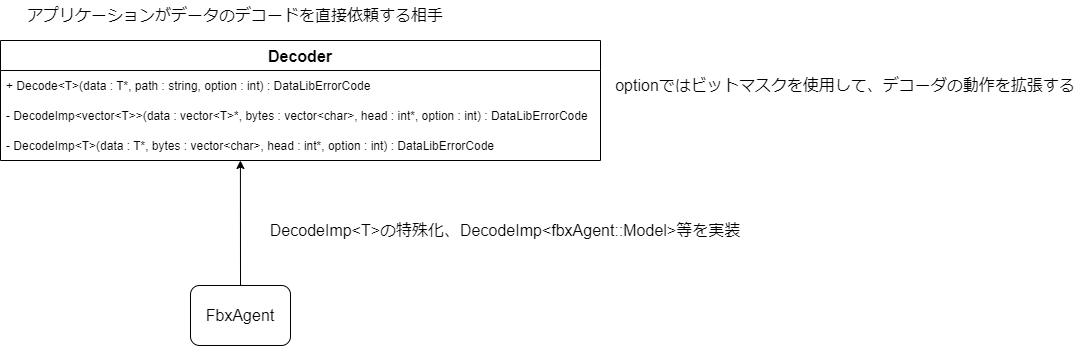
Dumble009/DataLib keeps this draw.io diagram as design/DataLib_DecoderClassDiagram.png. Above is the earlier version. Source tidied: cells renumbered, new cells last; positions are measured from the earlier drawing's top-left corner, leaving out a move shared by most shapes. The source it was exported from:
```xml
<mxGraphModel>
  <root>
    <mxCell id="0" />
    <mxCell id="1" parent="0" />
    <mxCell id="2" value="Decoder" style="swimlane;fontStyle=1;horizontal=1;startSize=30;fontSize=16;" parent="1" vertex="1">
      <mxGeometry y="40" width="600" height="120" as="geometry" />
    </mxCell>
    <mxCell id="3" value="+ Decode&lt;T&gt;(data : T*, path : string, option : int) : DataLibErrorCode" style="text;strokeColor=none;fillColor=none;align=left;verticalAlign=middle;spacingLeft=4;spacingRight=4;overflow=hidden;fontStyle=0;" parent="2" vertex="1">
      <mxGeometry y="30" width="600" height="30" as="geometry" />
    </mxCell>
    <mxCell id="4" value="- DecodeImp&lt;vector&lt;T&gt;&gt;(data : vector&lt;T&gt;*, bytes : vector&lt;char&gt;, head : int*, option : int) : DataLibErrorCode" style="text;strokeColor=none;fillColor=none;align=left;verticalAlign=middle;spacingLeft=4;spacingRight=4;overflow=hidden;fontStyle=0;" parent="2" vertex="1">
      <mxGeometry y="60" width="600" height="30" as="geometry" />
    </mxCell>
    <mxCell id="5" value="- DecodeImp&lt;T&gt;(data : T*, bytes : vector&lt;char&gt;, head : int*, option : int) : DataLibErrorCode" style="text;strokeColor=none;fillColor=none;align=left;verticalAlign=middle;spacingLeft=4;spacingRight=4;overflow=hidden;fontStyle=0;" parent="2" vertex="1">
      <mxGeometry y="90" width="600" height="30" as="geometry" />
    </mxCell>
    <mxCell id="6" value="アプリケーションがデータのデコードを直接依頼する相手" style="text;html=1;strokeColor=none;fillColor=none;align=center;verticalAlign=middle;whiteSpace=wrap;rounded=0;fontSize=16;" parent="1" vertex="1">
      <mxGeometry x="15" width="440" height="30" as="geometry" />
    </mxCell>
    <mxCell id="7" value="FbxAgent" style="rounded=1;whiteSpace=wrap;html=1;fontSize=16;fillColor=default;" parent="1" vertex="1">
      <mxGeometry x="190" y="285" width="100" height="60" as="geometry" />
    </mxCell>
    <mxCell id="8" style="endArrow=classic;html=1;rounded=0;fontSize=16;exitX=0.5;exitY=0;exitDx=0;exitDy=0;entryX=0.436;entryY=1.167;entryDx=0;entryDy=0;entryPerimeter=0;" parent="1" edge="1" source="7">
      <mxGeometry relative="1" as="geometry">
        <mxPoint x="239.9" y="160" as="targetPoint" />
      </mxGeometry>
    </mxCell>
    <mxCell id="9" value="DecodeImp&amp;lt;T&amp;gt;の特殊化、DecodeImp&amp;lt;fbxAgent::Model&amp;gt;等を実装" style="text;html=1;strokeColor=none;fillColor=none;align=center;verticalAlign=middle;whiteSpace=wrap;rounded=0;fontSize=16;" parent="1" vertex="1">
      <mxGeometry x="260" y="215" width="490" height="30" as="geometry" />
    </mxCell>
    <mxCell id="10" value="optionではビットマスクを使用して、デコーダの動作を拡張する" style="text;html=1;strokeColor=none;fillColor=none;align=center;verticalAlign=middle;whiteSpace=wrap;rounded=0;fontSize=16;" parent="1" vertex="1">
      <mxGeometry x="610" y="70" width="470" height="30" as="geometry" />
    </mxCell>
  </root>
</mxGraphModel>
```
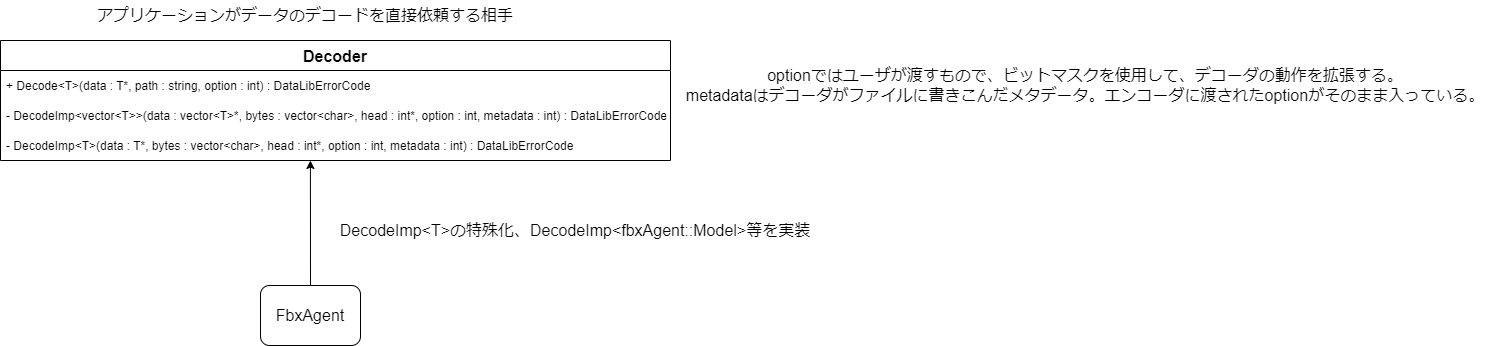
The same file after the commit.

What changed in the source:
```diff
@@ -3,16 +3,16 @@
     <mxCell id="0" />
     <mxCell id="1" parent="0" />
     <mxCell id="2" value="Decoder" style="swimlane;fontStyle=1;horizontal=1;startSize=30;fontSize=16;" parent="1" vertex="1">
-      <mxGeometry y="40" width="600" height="120" as="geometry" />
+      <mxGeometry x="-70" y="40" width="670" height="120" as="geometry" />
     </mxCell>
     <mxCell id="3" value="+ Decode&lt;T&gt;(data : T*, path : string, option : int) : DataLibErrorCode" style="text;strokeColor=none;fillColor=none;align=left;verticalAlign=middle;spacingLeft=4;spacingRight=4;overflow=hidden;fontStyle=0;" parent="2" vertex="1">
-      <mxGeometry y="30" width="600" height="30" as="geometry" />
+      <mxGeometry y="30" width="670" height="30" as="geometry" />
     </mxCell>
-    <mxCell id="4" value="- DecodeImp&lt;vector&lt;T&gt;&gt;(data : vector&lt;T&gt;*, bytes : vector&lt;char&gt;, head : int*, option : int) : DataLibErrorCode" style="text;strokeColor=none;fillColor=none;align=left;verticalAlign=middle;spacingLeft=4;spacingRight=4;overflow=hidden;fontStyle=0;" parent="2" vertex="1">
-      <mxGeometry y="60" width="600" height="30" as="geometry" />
+    <mxCell id="4" value="- DecodeImp&lt;vector&lt;T&gt;&gt;(data : vector&lt;T&gt;*, bytes : vector&lt;char&gt;, head : int*, option : int, metadata : int) : DataLibErrorCode" style="text;strokeColor=none;fillColor=none;align=left;verticalAlign=middle;spacingLeft=4;spacingRight=4;overflow=hidden;fontStyle=0;" parent="2" vertex="1">
+      <mxGeometry y="60" width="670" height="30" as="geometry" />
     </mxCell>
-    <mxCell id="5" value="- DecodeImp&lt;T&gt;(data : T*, bytes : vector&lt;char&gt;, head : int*, option : int) : DataLibErrorCode" style="text;strokeColor=none;fillColor=none;align=left;verticalAlign=middle;spacingLeft=4;spacingRight=4;overflow=hidden;fontStyle=0;" parent="2" vertex="1">
-      <mxGeometry y="90" width="600" height="30" as="geometry" />
+    <mxCell id="5" value="- DecodeImp&lt;T&gt;(data : T*, bytes : vector&lt;char&gt;, head : int*, option : int, metadata : int) : DataLibErrorCode" style="text;strokeColor=none;fillColor=none;align=left;verticalAlign=middle;spacingLeft=4;spacingRight=4;overflow=hidden;fontStyle=0;" parent="2" vertex="1">
+      <mxGeometry y="90" width="670" height="30" as="geometry" />
     </mxCell>
     <mxCell id="6" value="アプリケーションがデータのデコードを直接依頼する相手" style="text;html=1;strokeColor=none;fillColor=none;align=center;verticalAlign=middle;whiteSpace=wrap;rounded=0;fontSize=16;" parent="1" vertex="1">
       <mxGeometry x="15" width="440" height="30" as="geometry" />
@@ -28,8 +28,8 @@
     <mxCell id="9" value="DecodeImp&amp;lt;T&amp;gt;の特殊化、DecodeImp&amp;lt;fbxAgent::Model&amp;gt;等を実装" style="text;html=1;strokeColor=none;fillColor=none;align=center;verticalAlign=middle;whiteSpace=wrap;rounded=0;fontSize=16;" parent="1" vertex="1">
       <mxGeometry x="260" y="215" width="490" height="30" as="geometry" />
     </mxCell>
-    <mxCell id="10" value="optionではビットマスクを使用して、デコーダの動作を拡張する" style="text;html=1;strokeColor=none;fillColor=none;align=center;verticalAlign=middle;whiteSpace=wrap;rounded=0;fontSize=16;" parent="1" vertex="1">
-      <mxGeometry x="610" y="70" width="470" height="30" as="geometry" />
+    <mxCell id="10" value="optionではユーザが渡すもので、ビットマスクを使用して、デコーダの動作を拡張する。&lt;br&gt;metadataはデコーダがファイルに書きこんだメタデータ。エンコーダに渡されたoptionがそのまま入っている。" style="text;html=1;strokeColor=none;fillColor=none;align=center;verticalAlign=middle;whiteSpace=wrap;rounded=0;fontSize=16;" parent="1" vertex="1">
+      <mxGeometry x="610" y="70" width="810" height="30" as="geometry" />
     </mxCell>
   </root>
 </mxGraphModel>
```
